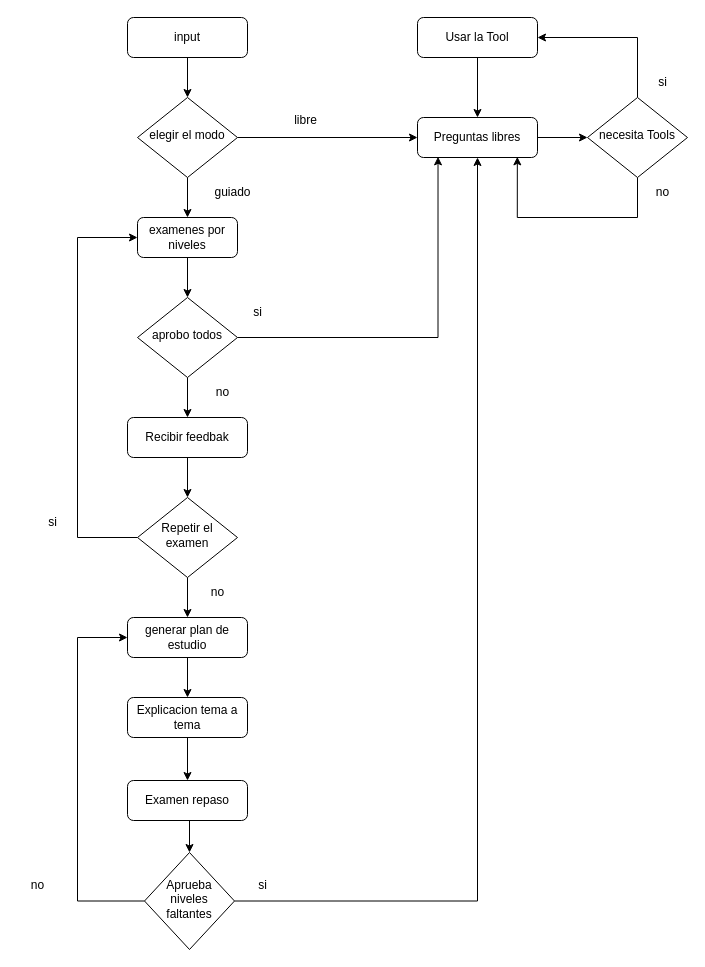
This is diagrams/flujo del proceso.drawio from josemgoji/custom_agent, a draw.io file, before an edit. Source tidied: cells renumbered, new cells numbered last; positions are measured from the earlier drawing's top-left corner, leaving out a move shared by most shapes. Both pictures are drawn from the tidied source at 100%, with x=0, y=0 at pixel (17, 17).
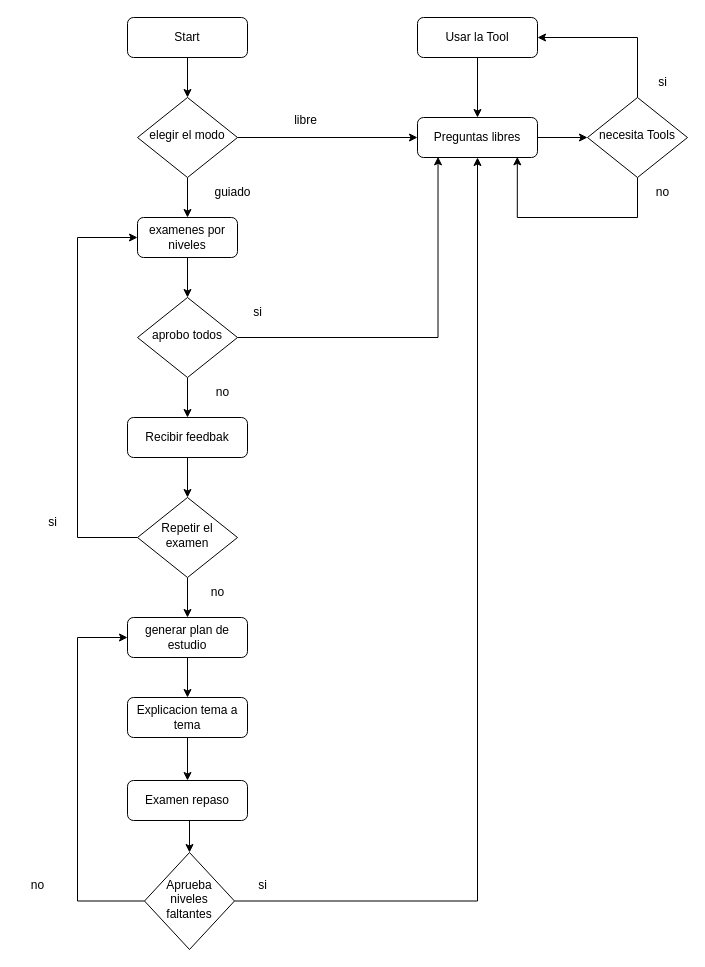
The same diagram, later.

Commit message (it also covers changes not shown here):
actualizacion diagram y system promt agente libre

Change to the diagram source:
```diff
@@
-    <mxCell id="3" value="input" style="rounded=1;whiteSpace=wrap;html=1;fontSize=12;glass=0;strokeWidth=1;shadow=0;" parent="1" vertex="1">
+    <mxCell id="3" value="Start" style="rounded=1;whiteSpace=wrap;html=1;fontSize=12;glass=0;strokeWidth=1;shadow=0;" parent="1" vertex="1">
       <mxGeometry x="110" width="120" height="40" as="geometry" />
     </mxCell>
```
